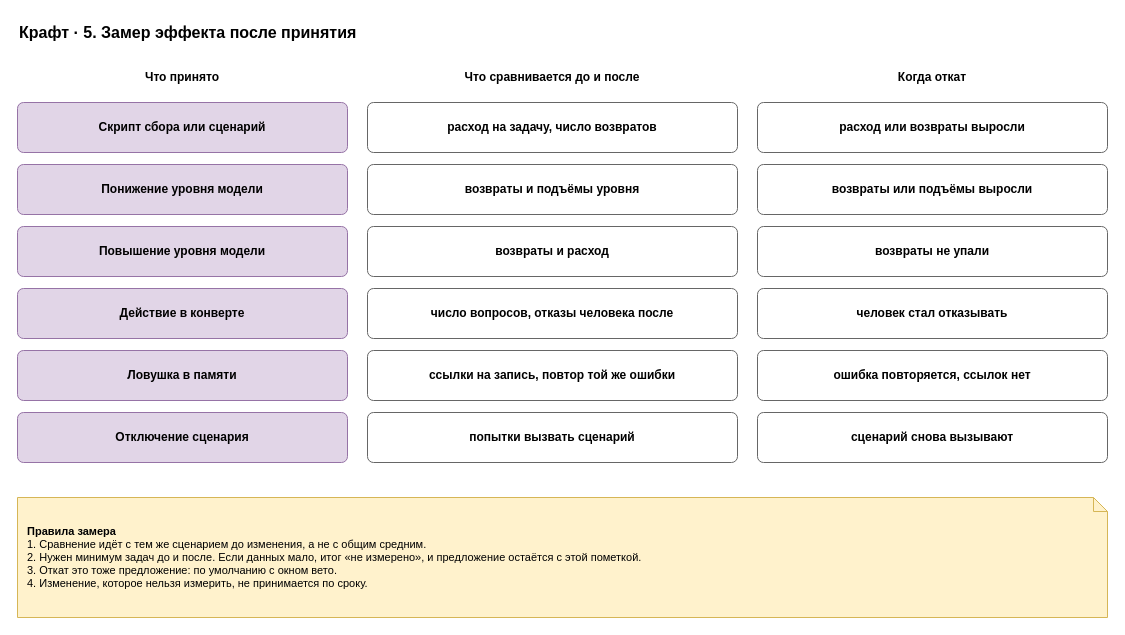
This is page "5. Замер эффекта" (5 of 7) of docs/spec/harness-craft.drawio from roygkov/reins, a draw.io file, before an edit. Source tidied: cells renumbered, new cells numbered last; positions are measured from the earlier drawing's top-left corner, leaving out a move shared by most shapes. Both pictures are drawn from the tidied source at 100%, with x=0, y=0 at pixel (17, 17).
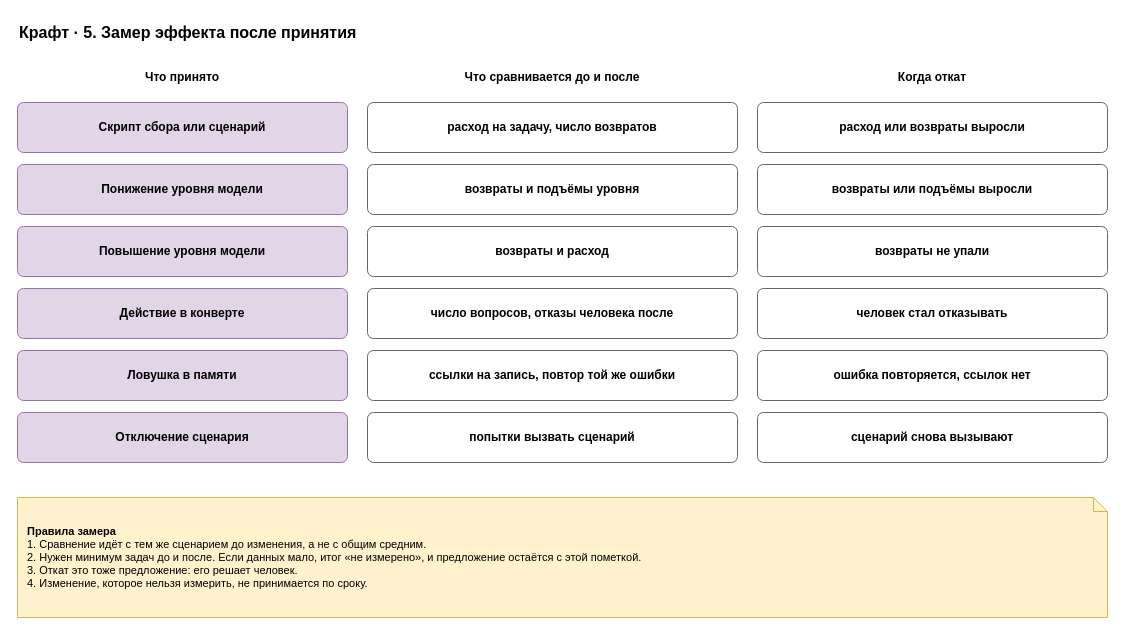
After the change.

The edit, as a diff of the source:
```diff
@@
-    <mxCell id="24" value="&lt;b&gt;Правила замера&lt;/b&gt;&lt;br&gt;1. Сравнение идёт с тем же сценарием до изменения, а не с общим средним.&lt;br&gt;2. Нужен минимум задач до и после. Если данных мало, итог «не измерено», и предложение остаётся с этой пометкой.&lt;br&gt;3. Откат это тоже предложение: по умолчанию с окном вето.&lt;br&gt;4. Изменение, которое нельзя измерить, не принимается по сроку." style="shape=note;whiteSpace=wrap;html=1;backgroundOutline=1;size=14;fillColor=#fff2cc;strokeColor=#d6b656;align=left;spacingLeft=8;spacingRight=8;fontSize=11;" parent="1" vertex="1">
+    <mxCell id="24" value="&lt;b&gt;Правила замера&lt;/b&gt;&lt;br&gt;1. Сравнение идёт с тем же сценарием до изменения, а не с общим средним.&lt;br&gt;2. Нужен минимум задач до и после. Если данных мало, итог «не измерено», и предложение остаётся с этой пометкой.&lt;br&gt;3. Откат это тоже предложение: его решает человек.&lt;br&gt;4. Изменение, которое нельзя измерить, не принимается по сроку." style="shape=note;whiteSpace=wrap;html=1;backgroundOutline=1;size=14;fillColor=#fff2cc;strokeColor=#d6b656;align=left;spacingLeft=8;spacingRight=8;fontSize=11;" parent="1" vertex="1">
       <mxGeometry y="480" width="1090" height="120" as="geometry" />
     </mxCell>
```
